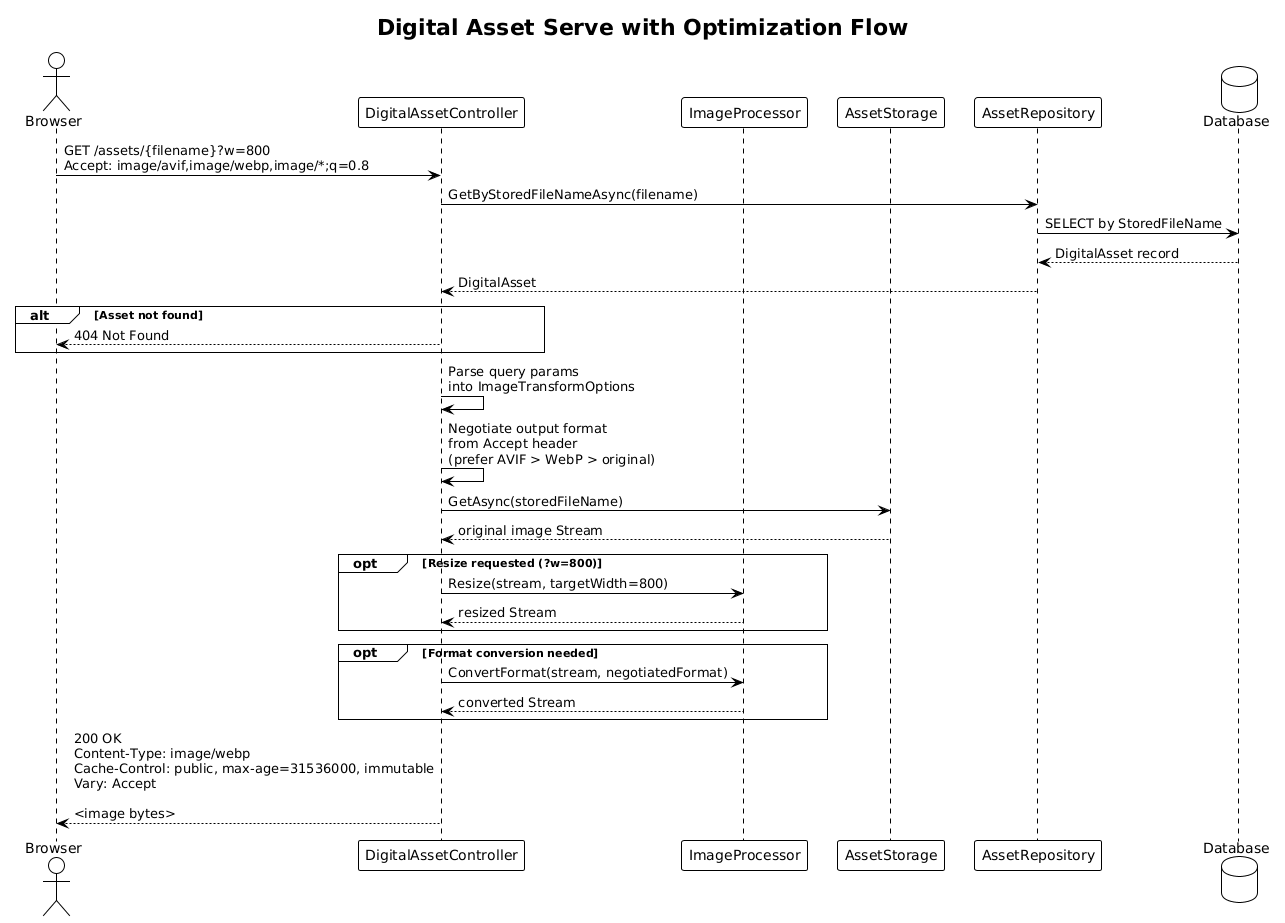
QuinntyneBrown/Blog keeps this PlantUML diagram as docs/detailed-designs/04-digital-asset-management/diagrams/sequence_serve.png. Above is the earlier version. Source of this version:
```plantuml
@startuml
!theme plain

title Digital Asset Serve with Optimization Flow

actor "Browser" as browser
participant "DigitalAssetController" as ctrl
participant "ImageProcessor" as processor
participant "AssetStorage" as storage
participant "AssetRepository" as repo
database "Database" as db

browser -> ctrl : GET /assets/{filename}?w=800\nAccept: image/avif,image/webp,image/*;q=0.8

ctrl -> repo : GetByStoredFileNameAsync(filename)
repo -> db : SELECT by StoredFileName
db --> repo : DigitalAsset record
repo --> ctrl : DigitalAsset

alt Asset not found
    ctrl --> browser : 404 Not Found
end

ctrl -> ctrl : Parse query params\ninto ImageTransformOptions

ctrl -> ctrl : Negotiate output format\nfrom Accept header\n(prefer AVIF > WebP > original)

ctrl -> storage : GetAsync(storedFileName)
storage --> ctrl : original image Stream

opt Resize requested (?w=800)
    ctrl -> processor : Resize(stream, targetWidth=800)
    processor --> ctrl : resized Stream
end

opt Format conversion needed
    ctrl -> processor : ConvertFormat(stream, negotiatedFormat)
    processor --> ctrl : converted Stream
end

ctrl --> browser : 200 OK\nContent-Type: image/webp\nCache-Control: public, max-age=31536000, immutable\nVary: Accept\n\n<image bytes>
@enduml
```
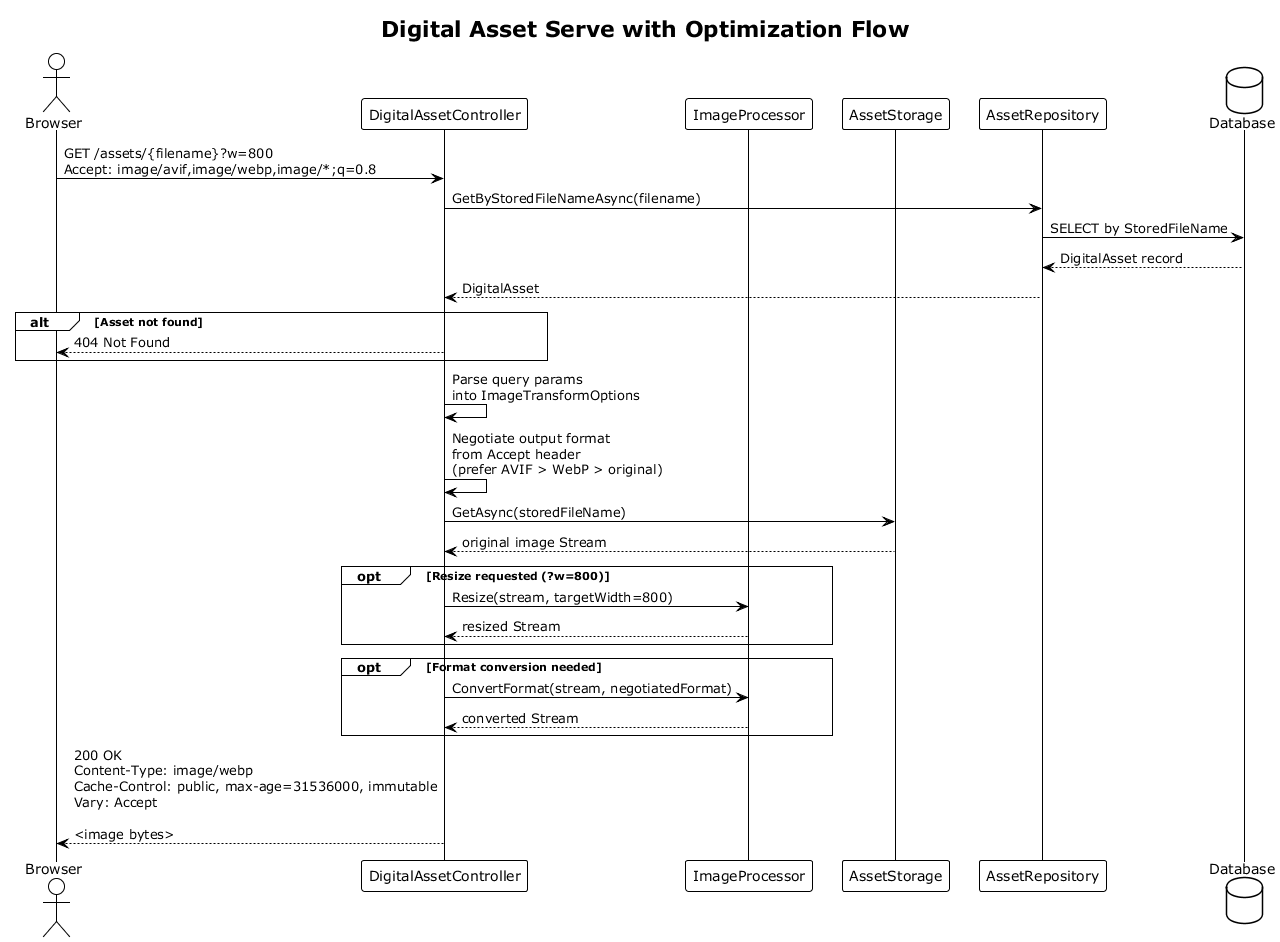
Above is the later version.

Change to the diagram source:
```diff
@@ -1,4 +1,4 @@
-@startuml
+@startuml sequence_serve
 !theme plain
 
 title Digital Asset Serve with Optimization Flow
@@ -39,4 +39,5 @@
 end
 
 ctrl --> browser : 200 OK\nContent-Type: image/webp\nCache-Control: public, max-age=31536000, immutable\nVary: Accept\n\n<image bytes>
+
 @enduml
```
